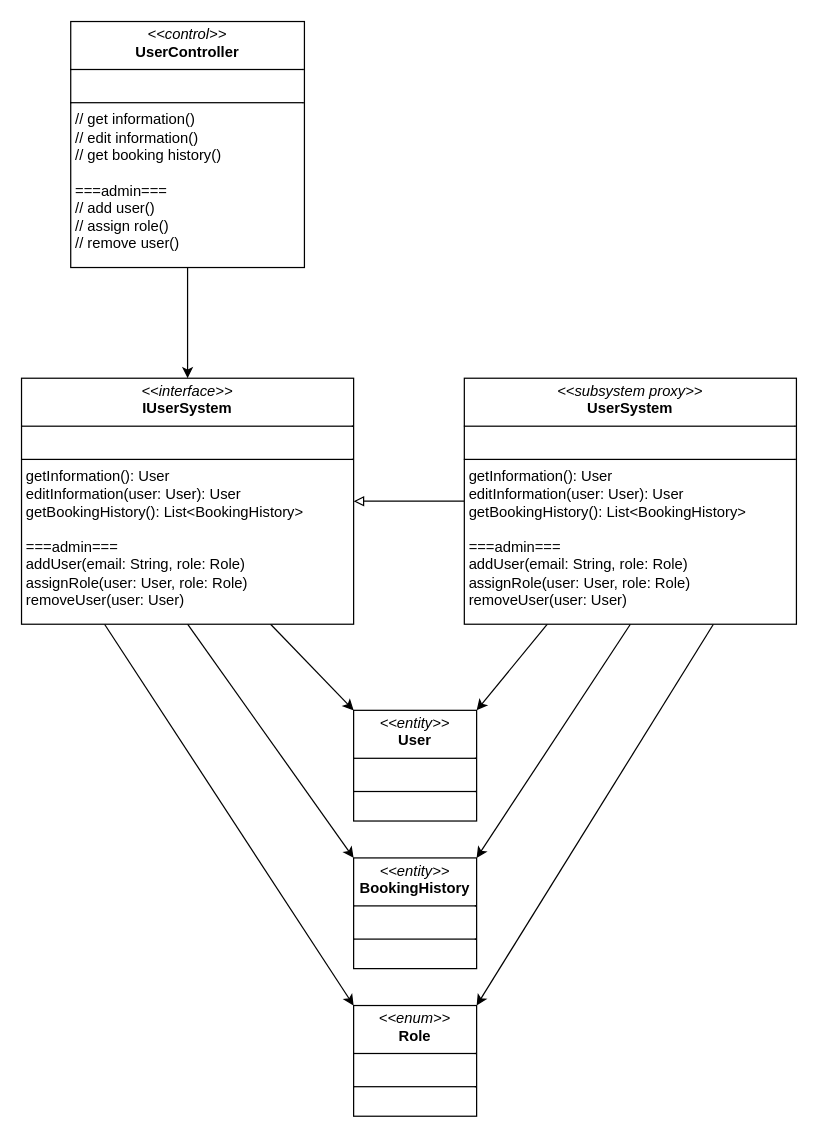
Above: user_subsystem.drawio in tenmo2003/OOAD (draw.io), before the change. Source tidied: cells renumbered, new cells numbered last; positions are measured from the earlier drawing's top-left corner, leaving out a move shared by most shapes. Both pictures are drawn from the tidied source at 123%, with x=0, y=0 at pixel (21, 21).
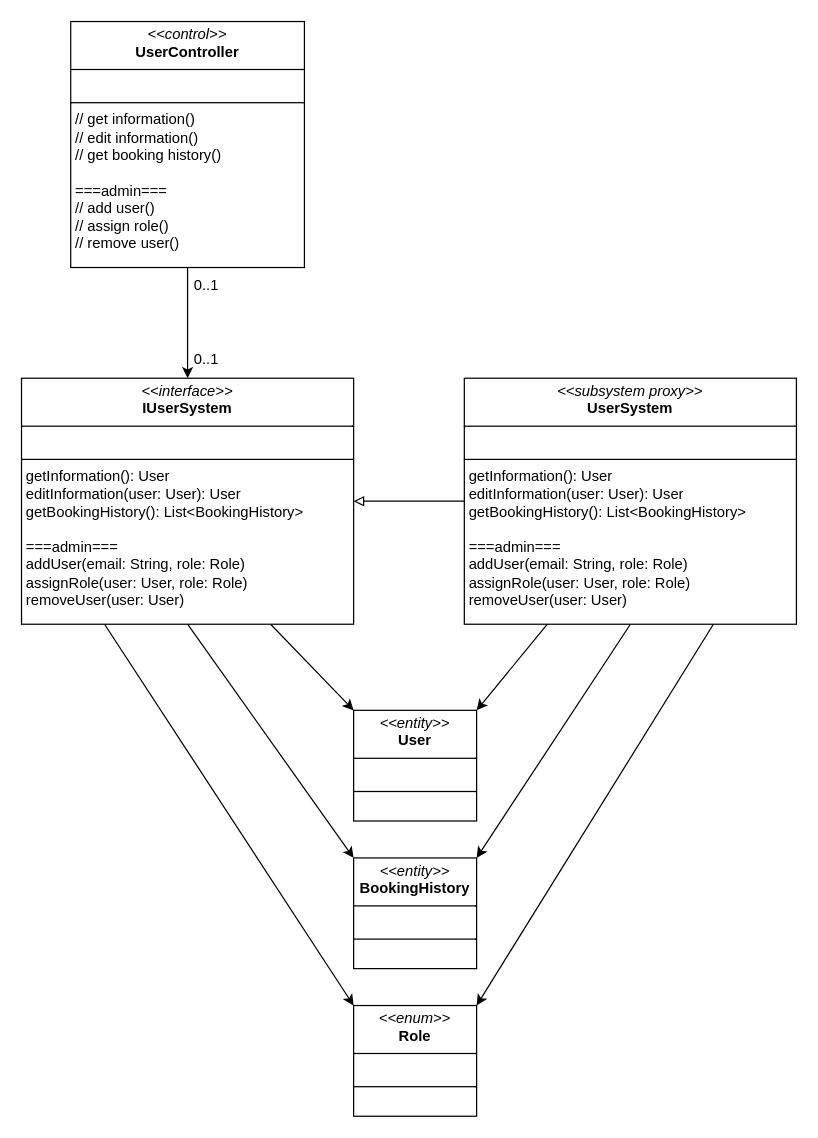
Above is the later version.

What changed in the source:
```diff
@@
 <mxGraphModel>
   <root>
     <mxCell id="0" />
     <mxCell id="1" parent="0" />
     <mxCell id="2" style="edgeStyle=orthogonalEdgeStyle;rounded=0;jettySize=auto;html=1;exitX=0.5;exitY=1;exitDx=0;exitDy=0;entryX=0.5;entryY=0;entryDx=0;entryDy=0;" parent="1" edge="1" source="3" target="7">
       <mxGeometry relative="1" as="geometry" />
     </mxCell>
     <mxCell id="3" value="&lt;p style=&quot;margin:0px;margin-top:4px;text-align:center;&quot;&gt;&lt;i&gt;&amp;lt;&amp;lt;control&amp;gt;&amp;gt;&lt;/i&gt;&lt;br&gt;&lt;b&gt;UserController&lt;/b&gt;&lt;/p&gt;&lt;hr size=&quot;1&quot; style=&quot;border-style:solid;&quot;&gt;&lt;p style=&quot;margin:0px;margin-left:4px;&quot;&gt;&lt;br&gt;&lt;/p&gt;&lt;hr size=&quot;1&quot; style=&quot;border-style:solid;&quot;&gt;&lt;p style=&quot;margin:0px;margin-left:4px;&quot;&gt;// get information()&lt;/p&gt;&lt;p style=&quot;margin:0px;margin-left:4px;&quot;&gt;// edit information()&lt;/p&gt;&lt;p style=&quot;margin:0px;margin-left:4px;&quot;&gt;// get booking history()&lt;/p&gt;&lt;p style=&quot;margin:0px;margin-left:4px;&quot;&gt;&lt;br&gt;&lt;/p&gt;&lt;p style=&quot;margin:0px;margin-left:4px;&quot;&gt;===admin===&lt;/p&gt;&lt;p style=&quot;margin:0px;margin-left:4px;&quot;&gt;// add user()&lt;/p&gt;&lt;p style=&quot;margin:0px;margin-left:4px;&quot;&gt;// assign role()&lt;/p&gt;&lt;p style=&quot;margin:0px;margin-left:4px;&quot;&gt;// remove user()&lt;/p&gt;" style="verticalAlign=top;align=left;overflow=fill;html=1;whiteSpace=wrap;" parent="1" vertex="1">
       <mxGeometry x="40" width="190" height="200" as="geometry" />
     </mxCell>
     <mxCell id="4" style="rounded=0;jettySize=auto;html=1;exitX=0.75;exitY=1;exitDx=0;exitDy=0;entryX=0;entryY=0;entryDx=0;entryDy=0;" parent="1" edge="1" source="7" target="13">
       <mxGeometry relative="1" as="geometry" />
     </mxCell>
     <mxCell id="5" style="rounded=0;jettySize=auto;html=1;exitX=0.5;exitY=1;exitDx=0;exitDy=0;entryX=0;entryY=0;entryDx=0;entryDy=0;" parent="1" edge="1" source="7" target="14">
       <mxGeometry relative="1" as="geometry" />
     </mxCell>
     <mxCell id="6" style="rounded=0;jettySize=auto;html=1;exitX=0.25;exitY=1;exitDx=0;exitDy=0;entryX=0;entryY=0;entryDx=0;entryDy=0;" parent="1" edge="1" source="7" target="15">
       <mxGeometry relative="1" as="geometry" />
     </mxCell>
     <mxCell id="7" value="&lt;p style=&quot;margin:0px;margin-top:4px;text-align:center;&quot;&gt;&lt;i&gt;&amp;lt;&amp;lt;interface&amp;gt;&amp;gt;&lt;/i&gt;&lt;br&gt;&lt;b&gt;IUserSystem&lt;/b&gt;&lt;/p&gt;&lt;hr size=&quot;1&quot; style=&quot;border-style:solid;&quot;&gt;&lt;p style=&quot;margin:0px;margin-left:4px;&quot;&gt;&lt;br&gt;&lt;/p&gt;&lt;hr size=&quot;1&quot; style=&quot;border-style:solid;&quot;&gt;&lt;p style=&quot;margin:0px;margin-left:4px;&quot;&gt;&lt;span id=&quot;selected_text&quot;&gt;&lt;/span&gt;getInformation(): User&lt;/p&gt;&lt;p style=&quot;margin:0px;margin-left:4px;&quot;&gt;editInformation(user: User): User&lt;/p&gt;&lt;p style=&quot;margin:0px;margin-left:4px;&quot;&gt;getBookingHistory(): List&amp;lt;BookingHistory&amp;gt;&lt;/p&gt;&lt;p style=&quot;margin:0px;margin-left:4px;&quot;&gt;&lt;br&gt;&lt;/p&gt;&lt;p style=&quot;margin:0px;margin-left:4px;&quot;&gt;===admin===&lt;/p&gt;&lt;p style=&quot;margin:0px;margin-left:4px;&quot;&gt;addUser(email: String, role: Role)&lt;/p&gt;&lt;p style=&quot;margin:0px;margin-left:4px;&quot;&gt;assignRole(user: User, role: Role)&lt;/p&gt;&lt;p style=&quot;margin:0px;margin-left:4px;&quot;&gt;removeUser(user: User)&lt;/p&gt;" style="verticalAlign=top;align=left;overflow=fill;html=1;whiteSpace=wrap;" parent="1" vertex="1">
       <mxGeometry y="290" width="270" height="200" as="geometry" />
     </mxCell>
     <mxCell id="8" style="edgeStyle=orthogonalEdgeStyle;rounded=0;jettySize=auto;html=1;exitX=0;exitY=0.5;exitDx=0;exitDy=0;entryX=1;entryY=0.5;entryDx=0;entryDy=0;endArrow=block;endFill=0;strokeWidth=1;" parent="1" edge="1" source="12" target="7">
       <mxGeometry relative="1" as="geometry" />
     </mxCell>
     <mxCell id="9" style="rounded=0;jettySize=auto;html=1;exitX=0.25;exitY=1;exitDx=0;exitDy=0;entryX=1;entryY=0;entryDx=0;entryDy=0;" parent="1" edge="1" source="12" target="13">
       <mxGeometry relative="1" as="geometry" />
     </mxCell>
     <mxCell id="10" style="rounded=0;jettySize=auto;html=1;exitX=0.5;exitY=1;exitDx=0;exitDy=0;entryX=1;entryY=0;entryDx=0;entryDy=0;" parent="1" edge="1" source="12" target="14">
       <mxGeometry relative="1" as="geometry" />
     </mxCell>
     <mxCell id="11" style="rounded=0;jettySize=auto;html=1;exitX=0.75;exitY=1;exitDx=0;exitDy=0;entryX=1;entryY=0;entryDx=0;entryDy=0;" parent="1" edge="1" source="12" target="15">
       <mxGeometry relative="1" as="geometry" />
     </mxCell>
     <mxCell id="12" value="&lt;p style=&quot;margin:0px;margin-top:4px;text-align:center;&quot;&gt;&lt;i&gt;&amp;lt;&amp;lt;subsystem proxy&amp;gt;&amp;gt;&lt;/i&gt;&lt;br&gt;&lt;b&gt;UserSystem&lt;/b&gt;&lt;/p&gt;&lt;hr size=&quot;1&quot; style=&quot;border-style:solid;&quot;&gt;&lt;p style=&quot;margin:0px;margin-left:4px;&quot;&gt;&lt;br&gt;&lt;/p&gt;&lt;hr size=&quot;1&quot; style=&quot;border-style:solid;&quot;&gt;&lt;p style=&quot;margin: 0px 0px 0px 4px;&quot;&gt;getInformation(): User&lt;/p&gt;&lt;p style=&quot;margin: 0px 0px 0px 4px;&quot;&gt;editInformation(user: User): User&lt;/p&gt;&lt;p style=&quot;margin: 0px 0px 0px 4px;&quot;&gt;getBookingHistory(): List&amp;lt;BookingHistory&amp;gt;&lt;/p&gt;&lt;p style=&quot;margin: 0px 0px 0px 4px;&quot;&gt;&lt;br&gt;&lt;/p&gt;&lt;p style=&quot;margin: 0px 0px 0px 4px;&quot;&gt;===admin===&lt;/p&gt;&lt;p style=&quot;margin: 0px 0px 0px 4px;&quot;&gt;addUser(email: String, role: Role)&lt;/p&gt;&lt;p style=&quot;margin: 0px 0px 0px 4px;&quot;&gt;assignRole(user: User, role: Role)&lt;/p&gt;&lt;p style=&quot;margin: 0px 0px 0px 4px;&quot;&gt;removeUser(user: User)&lt;/p&gt;" style="verticalAlign=top;align=left;overflow=fill;html=1;whiteSpace=wrap;" parent="1" vertex="1">
       <mxGeometry x="360" y="290" width="270" height="200" as="geometry" />
     </mxCell>
     <mxCell id="13" value="&lt;p style=&quot;margin:0px;margin-top:4px;text-align:center;&quot;&gt;&lt;i&gt;&amp;lt;&amp;lt;entity&amp;gt;&amp;gt;&lt;/i&gt;&lt;br&gt;&lt;b&gt;User&lt;/b&gt;&lt;/p&gt;&lt;hr size=&quot;1&quot; style=&quot;border-style:solid;&quot;&gt;&lt;p style=&quot;margin:0px;margin-left:4px;&quot;&gt;&lt;br&gt;&lt;/p&gt;&lt;hr size=&quot;1&quot; style=&quot;border-style:solid;&quot;&gt;&lt;p style=&quot;margin:0px;margin-left:4px;&quot;&gt;&lt;br&gt;&lt;/p&gt;" style="verticalAlign=top;align=left;overflow=fill;html=1;whiteSpace=wrap;" parent="1" vertex="1">
       <mxGeometry x="270" y="560" width="100" height="90" as="geometry" />
     </mxCell>
     <mxCell id="14" value="&lt;p style=&quot;margin:0px;margin-top:4px;text-align:center;&quot;&gt;&lt;i&gt;&amp;lt;&amp;lt;entity&amp;gt;&amp;gt;&lt;/i&gt;&lt;br&gt;&lt;b&gt;BookingHistory&lt;/b&gt;&lt;/p&gt;&lt;hr size=&quot;1&quot; style=&quot;border-style:solid;&quot;&gt;&lt;p style=&quot;margin:0px;margin-left:4px;&quot;&gt;&lt;br&gt;&lt;/p&gt;&lt;hr size=&quot;1&quot; style=&quot;border-style:solid;&quot;&gt;&lt;p style=&quot;margin:0px;margin-left:4px;&quot;&gt;&lt;br&gt;&lt;/p&gt;" style="verticalAlign=top;align=left;overflow=fill;html=1;whiteSpace=wrap;" parent="1" vertex="1">
       <mxGeometry x="270" y="680" width="100" height="90" as="geometry" />
     </mxCell>
     <mxCell id="15" value="&lt;p style=&quot;margin:0px;margin-top:4px;text-align:center;&quot;&gt;&lt;i&gt;&amp;lt;&amp;lt;enum&amp;gt;&amp;gt;&lt;/i&gt;&lt;br&gt;&lt;b&gt;Role&lt;/b&gt;&lt;/p&gt;&lt;hr size=&quot;1&quot; style=&quot;border-style:solid;&quot;&gt;&lt;p style=&quot;margin:0px;margin-left:4px;&quot;&gt;&lt;br&gt;&lt;/p&gt;&lt;hr size=&quot;1&quot; style=&quot;border-style:solid;&quot;&gt;&lt;p style=&quot;margin:0px;margin-left:4px;&quot;&gt;&lt;br&gt;&lt;/p&gt;" style="verticalAlign=top;align=left;overflow=fill;html=1;whiteSpace=wrap;" parent="1" vertex="1">
       <mxGeometry x="270" y="800" width="100" height="90" as="geometry" />
     </mxCell>
+    <mxCell id="16" value="0..1" style="text;html=1;align=center;verticalAlign=middle;strokeColor=none;fillColor=none;" parent="1" vertex="1">
+      <mxGeometry x="130" y="200" width="40" height="30" as="geometry" />
+    </mxCell>
+    <mxCell id="17" value="0..1" style="text;html=1;align=center;verticalAlign=middle;strokeColor=none;fillColor=none;" parent="1" vertex="1">
+      <mxGeometry x="130" y="260" width="40" height="30" as="geometry" />
+    </mxCell>
   </root>
 </mxGraphModel>
```
